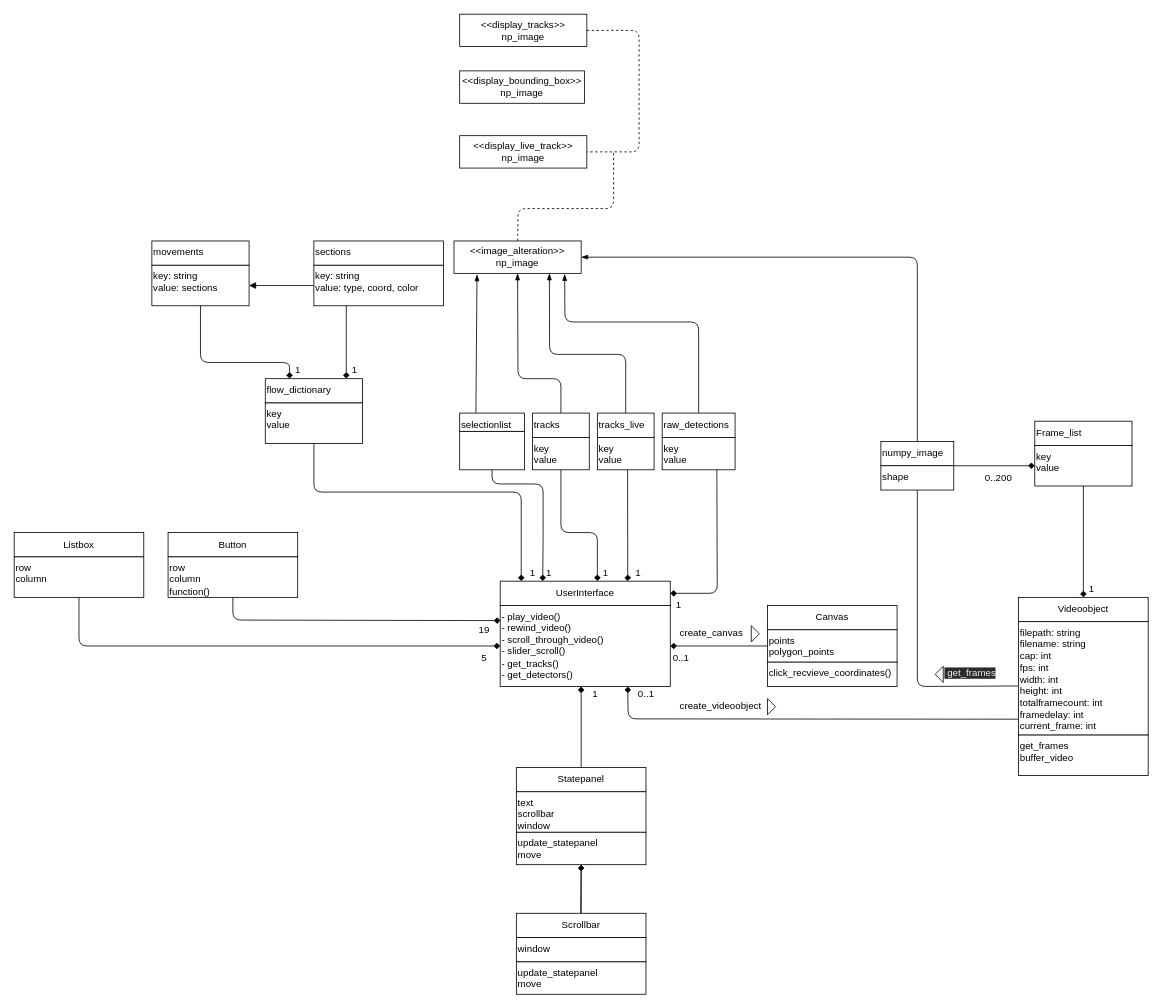
Before: OTAnalytics/uml.drawio in OpenTrafficCam/OTAnalytics, a draw.io diagram. Source tidied: cells renumbered, new cells numbered last; positions are measured from the earlier drawing's top-left corner, leaving out a move shared by most shapes. Both pictures are drawn from the tidied source at 81%, with x=0, y=0 at pixel (14, 14).
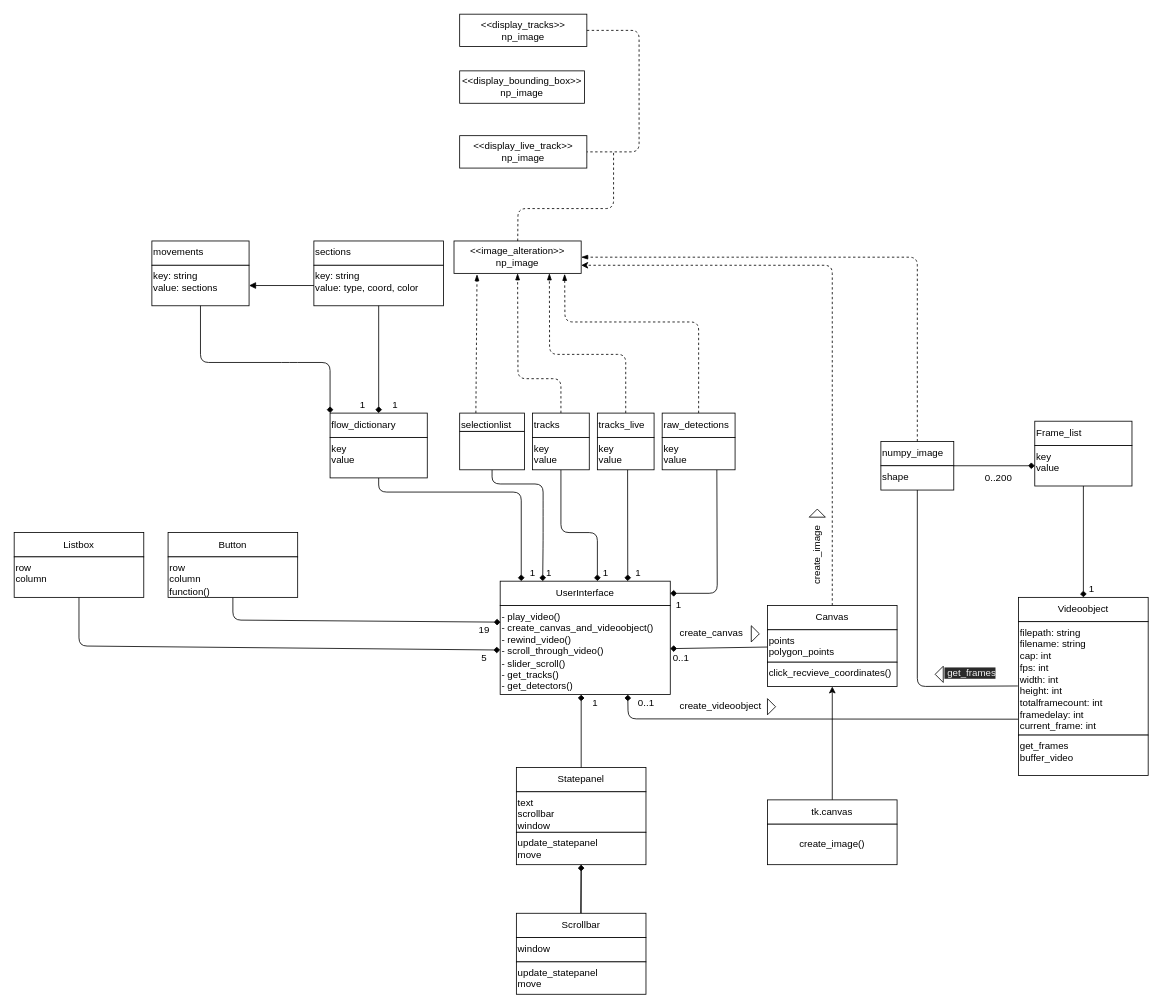
After the change.

The change refers to these unchanged cells:
```xml
<mxCell id="3" value="&amp;lt;&amp;lt;image_alteration&amp;gt;&amp;gt;&lt;br&gt;np_image" style="whiteSpace=wrap;html=1;" parent="1" vertex="1">
  <mxGeometry x="543" y="280" width="157" height="40" as="geometry" />
</mxCell>
<mxCell id="11" value="Canvas" style="whiteSpace=wrap;html=1;" parent="1" vertex="1">
  <mxGeometry x="930" y="730" width="160" height="30" as="geometry" />
</mxCell>
<mxCell id="16" value="Statepanel" style="whiteSpace=wrap;html=1;" parent="1" vertex="1">
  <mxGeometry x="620" y="930" width="160" height="30" as="geometry" />
</mxCell>
<mxCell id="45" value="numpy_image" style="whiteSpace=wrap;html=1;align=left;verticalAlign=top;" parent="44" vertex="1">
  <mxGeometry width="90" height="30" as="geometry" />
</mxCell>
<mxCell id="55" value="tracks" style="whiteSpace=wrap;html=1;align=left;verticalAlign=top;" parent="1" vertex="1">
  <mxGeometry x="640" y="492.5" width="70" height="30" as="geometry" />
</mxCell>
<mxCell id="61" value="tracks_live" style="whiteSpace=wrap;html=1;align=left;verticalAlign=top;" parent="1" vertex="1">
  <mxGeometry x="720" y="492.5" width="70" height="30" as="geometry" />
</mxCell>
<mxCell id="67" value="key: string&lt;br&gt;value: type, coord, color" style="whiteSpace=wrap;html=1;align=left;verticalAlign=top;" parent="65" vertex="1">
  <mxGeometry y="30" width="160" height="50" as="geometry" />
</mxCell>
<mxCell id="70" value="key: string&lt;br&gt;value: sections" style="whiteSpace=wrap;html=1;align=left;verticalAlign=top;" parent="68" vertex="1">
  <mxGeometry y="30" width="120" height="50" as="geometry" />
</mxCell>
<mxCell id="79" value="selectionlist" style="whiteSpace=wrap;html=1;align=left;verticalAlign=top;" parent="1" vertex="1">
  <mxGeometry x="550" y="492.5" width="80" height="22.5" as="geometry" />
</mxCell>
<mxCell id="85" value="raw_detections" style="whiteSpace=wrap;html=1;align=left;verticalAlign=top;" parent="1" vertex="1">
  <mxGeometry x="800" y="492.5" width="90" height="30" as="geometry" />
</mxCell>
```

What changed in the source:
```diff
@@
-    <mxCell id="10" value="- play_video()&lt;br&gt;- rewind_video()&lt;br&gt;- scroll_through_video()&lt;br&gt;- slider_scroll()&lt;br&gt;- get_tracks()&lt;br&gt;- get_detectors()&lt;br&gt;" style="whiteSpace=wrap;html=1;align=left;verticalAlign=top;" parent="1" vertex="1">
-      <mxGeometry x="600" y="730" width="210" height="100" as="geometry" />
+    <mxCell id="10" value="- play_video()&lt;br&gt;- create_canvas_and_videoobject()&lt;br&gt;- rewind_video()&lt;br&gt;- scroll_through_video()&lt;br&gt;- slider_scroll()&lt;br&gt;- get_tracks()&lt;br&gt;- get_detectors()" style="whiteSpace=wrap;html=1;align=left;verticalAlign=top;" parent="1" vertex="1">
+      <mxGeometry x="600" y="730" width="210" height="110" as="geometry" />
     </mxCell>
+    <mxCell id="97" style="edgeStyle=none;html=1;entryX=1;entryY=0.75;entryDx=0;entryDy=0;dashed=1;" parent="1" edge="1" source="11" target="3">
+      <mxGeometry relative="1" as="geometry">
+        <Array as="points">
+          <mxPoint x="1010" y="310" />
+        </Array>
+      </mxGeometry>
+    </mxCell>
@@
-    <mxCell id="14" value="click_recvieve_coordinates()" style="whiteSpace=wrap;html=1;align=left;verticalAlign=top;" parent="1" vertex="1">
+    <mxCell id="14" value="click_recvieve_coordinates()&lt;br&gt;" style="whiteSpace=wrap;html=1;align=left;verticalAlign=top;" parent="1" vertex="1">
       <mxGeometry x="930" y="800" width="160" height="30" as="geometry" />
     </mxCell>
@@
     <mxCell id="20" style="edgeStyle=none;html=1;endArrow=diamond;endFill=1;exitX=0.5;exitY=0;exitDx=0;exitDy=0;" parent="1" edge="1" source="16">
       <mxGeometry relative="1" as="geometry">
-        <mxPoint x="700" y="830" as="targetPoint" />
+        <mxPoint x="700" y="840" as="targetPoint" />
       </mxGeometry>
     </mxCell>
@@
     <mxCell id="29" value="1" style="text;html=1;align=center;verticalAlign=middle;fillColor=none;strokeColor=none;rounded=0;" parent="1" vertex="1">
-      <mxGeometry x="707" y="830" width="20" height="20" as="geometry" />
+      <mxGeometry x="707" y="840" width="20" height="20" as="geometry" />
     </mxCell>
@@
     <mxCell id="52" style="edgeStyle=none;html=1;endArrow=diamond;endFill=1;" parent="1" edge="1" source="76">
       <mxGeometry relative="1" as="geometry">
         <mxPoint x="626" y="700" as="targetPoint" />
         <Array as="points">
-          <mxPoint x="370" y="590" />
+          <mxPoint x="450" y="590" />
           <mxPoint x="626" y="590" />
         </Array>
       </mxGeometry>
     </mxCell>
@@
-    <mxCell id="54" style="edgeStyle=none;html=1;entryX=0.5;entryY=1;entryDx=0;entryDy=0;endArrow=blockThin;endFill=1;" parent="1" edge="1" source="55" target="3">
+    <mxCell id="54" style="edgeStyle=none;html=1;entryX=0.5;entryY=1;entryDx=0;entryDy=0;endArrow=blockThin;endFill=1;dashed=1;" parent="1" edge="1" source="55" target="3">
       <mxGeometry relative="1" as="geometry">
         <Array as="points">
           <mxPoint x="675" y="450" />
           <mxPoint x="622" y="450" />
         </Array>
       </mxGeometry>
     </mxCell>
@@
-    <mxCell id="60" style="edgeStyle=none;html=1;entryX=0.75;entryY=1;entryDx=0;entryDy=0;endArrow=blockThin;endFill=1;" parent="1" edge="1" source="61" target="3">
+    <mxCell id="60" style="edgeStyle=none;html=1;entryX=0.75;entryY=1;entryDx=0;entryDy=0;endArrow=blockThin;endFill=1;dashed=1;" parent="1" edge="1" source="61" target="3">
       <mxGeometry relative="1" as="geometry">
         <Array as="points">
           <mxPoint x="755" y="420" />
           <mxPoint x="661" y="420" />
         </Array>
       </mxGeometry>
     </mxCell>
@@
     <mxCell id="64" value="flow_dictionary" style="whiteSpace=wrap;html=1;align=left;verticalAlign=top;" parent="1" vertex="1">
-      <mxGeometry x="310" y="450" width="120" height="30" as="geometry" />
+      <mxGeometry x="390" y="492.5" width="120" height="30" as="geometry" />
     </mxCell>
@@
-    <mxCell id="71" style="edgeStyle=none;html=1;entryX=0.25;entryY=0;entryDx=0;entryDy=0;endArrow=diamond;endFill=1;exitX=0.5;exitY=1;exitDx=0;exitDy=0;" parent="1" edge="1" source="70" target="64">
+    <mxCell id="71" style="edgeStyle=none;html=1;entryX=0;entryY=0;entryDx=0;entryDy=0;endArrow=diamond;endFill=1;exitX=0.5;exitY=1;exitDx=0;exitDy=0;" parent="1" edge="1" source="70" target="64">
       <mxGeometry relative="1" as="geometry">
         <Array as="points">
           <mxPoint x="230" y="430" />
           <mxPoint x="340" y="430" />
+          <mxPoint x="390" y="430" />
         </Array>
       </mxGeometry>
     </mxCell>
-    <mxCell id="72" style="edgeStyle=none;html=1;endArrow=diamond;endFill=1;exitX=0.25;exitY=1;exitDx=0;exitDy=0;" parent="1" edge="1" source="67">
-      <mxGeometry relative="1" as="geometry">
-        <mxPoint x="410" y="450" as="targetPoint" />
-        <Array as="points">
-          <mxPoint x="410" y="390" />
-        </Array>
-      </mxGeometry>
+    <mxCell id="72" style="edgeStyle=none;html=1;endArrow=diamond;endFill=1;exitX=0.5;exitY=1;exitDx=0;exitDy=0;entryX=0.5;entryY=0;entryDx=0;entryDy=0;" parent="1" edge="1" source="67" target="64">
+      <mxGeometry relative="1" as="geometry" />
     </mxCell>
     <mxCell id="73" value="1" style="text;html=1;align=center;verticalAlign=middle;fillColor=none;strokeColor=none;rounded=0;" parent="1" vertex="1">
-      <mxGeometry x="410" y="430" width="20" height="20" as="geometry" />
+      <mxGeometry x="460" y="472.5" width="20" height="20" as="geometry" />
     </mxCell>
     <mxCell id="74" value="1" style="text;html=1;align=center;verticalAlign=middle;fillColor=none;strokeColor=none;rounded=0;" parent="1" vertex="1">
-      <mxGeometry x="340" y="430" width="20" height="20" as="geometry" />
+      <mxGeometry x="420" y="472.5" width="20" height="20" as="geometry" />
     </mxCell>
@@
     <mxCell id="76" value="key&lt;br&gt;value" style="whiteSpace=wrap;html=1;align=left;verticalAlign=top;" parent="1" vertex="1">
-      <mxGeometry x="310" y="480" width="120" height="50" as="geometry" />
+      <mxGeometry x="390" y="522.5" width="120" height="50" as="geometry" />
     </mxCell>
@@
-    <mxCell id="78" style="edgeStyle=none;html=1;entryX=0.181;entryY=1.03;entryDx=0;entryDy=0;endArrow=blockThin;endFill=1;exitX=0.25;exitY=0;exitDx=0;exitDy=0;entryPerimeter=0;" parent="1" edge="1" source="79" target="3">
+    <mxCell id="78" style="edgeStyle=none;html=1;entryX=0.181;entryY=1.03;entryDx=0;entryDy=0;endArrow=blockThin;endFill=1;exitX=0.25;exitY=0;exitDx=0;exitDy=0;entryPerimeter=0;dashed=1;" parent="1" edge="1" source="79" target="3">
       <mxGeometry relative="1" as="geometry" />
     </mxCell>
@@
-    <mxCell id="83" style="edgeStyle=none;html=1;entryX=1;entryY=0.5;entryDx=0;entryDy=0;endArrow=blockThin;endFill=1;exitX=0.5;exitY=0;exitDx=0;exitDy=0;" parent="1" edge="1" source="45" target="3">
+    <mxCell id="83" style="edgeStyle=none;html=1;entryX=1;entryY=0.5;entryDx=0;entryDy=0;endArrow=blockThin;endFill=1;exitX=0.5;exitY=0;exitDx=0;exitDy=0;dashed=1;" parent="1" edge="1" source="45" target="3">
       <mxGeometry relative="1" as="geometry">
         <Array as="points">
           <mxPoint x="1115" y="300" />
         </Array>
       </mxGeometry>
     </mxCell>
-    <mxCell id="84" style="edgeStyle=none;html=1;entryX=0.87;entryY=1.017;entryDx=0;entryDy=0;endArrow=blockThin;endFill=1;entryPerimeter=0;" parent="1" edge="1" source="85" target="3">
+    <mxCell id="84" style="edgeStyle=none;html=1;entryX=0.87;entryY=1.017;entryDx=0;entryDy=0;endArrow=blockThin;endFill=1;entryPerimeter=0;dashed=1;" parent="1" edge="1" source="85" target="3">
       <mxGeometry relative="1" as="geometry">
         <Array as="points">
           <mxPoint x="845" y="380" />
           <mxPoint x="680" y="380" />
         </Array>
       </mxGeometry>
     </mxCell>
@@
     <mxCell id="94" value="0..1" style="text;html=1;align=center;verticalAlign=middle;fillColor=none;strokeColor=none;rounded=0;" parent="1" vertex="1">
-      <mxGeometry x="760" y="830" width="40" height="20" as="geometry" />
+      <mxGeometry x="760" y="840" width="40" height="20" as="geometry" />
     </mxCell>
@@
+    <mxCell id="98" value="&lt;font face=&quot;helvetica&quot;&gt;create_image&lt;/font&gt;" style="text;whiteSpace=wrap;html=1;rotation=-90;" parent="1" vertex="1">
+      <mxGeometry x="950" y="650" width="83" height="30" as="geometry" />
+    </mxCell>
+    <mxCell id="99" style="triangle;whiteSpace=wrap;html=1;align=left;verticalAlign=top;rotation=-90;" parent="1" vertex="1">
+      <mxGeometry x="986.5" y="606" width="10" height="20" as="geometry" />
+    </mxCell>
+    <mxCell id="100" style="edgeStyle=none;html=1;" parent="1" edge="1" source="101" target="14">
+      <mxGeometry relative="1" as="geometry" />
+    </mxCell>
+    <mxCell id="101" value="tk.canvas" style="whiteSpace=wrap;html=1;" parent="1" vertex="1">
+      <mxGeometry x="930" y="970" width="160" height="30" as="geometry" />
+    </mxCell>
+    <mxCell id="102" value="&lt;span style=&quot;text-align: left&quot;&gt;create_image()&lt;/span&gt;" style="whiteSpace=wrap;html=1;" parent="1" vertex="1">
+      <mxGeometry x="930" y="1000" width="160" height="50" as="geometry" />
+    </mxCell>
```
